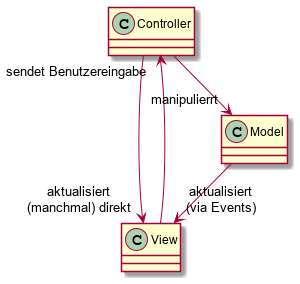
The PlantUML diagram img/assets/MVC.png in aheil/hhn-webdev, before a commit.
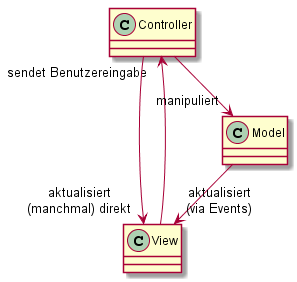
After the change.

What changed in the source:
```diff
@@ -7,6 +7,6 @@
 Model --> "aktualisiert\n(via Events)" View
 View --> "sendet Benutzereingabe" Controller
 Controller --> "aktualisiert\n(manchmal) direkt" View
-Controller --> "manipulierrt" Model
+Controller --> "manipuliert" Model
 
 @enduml
```
